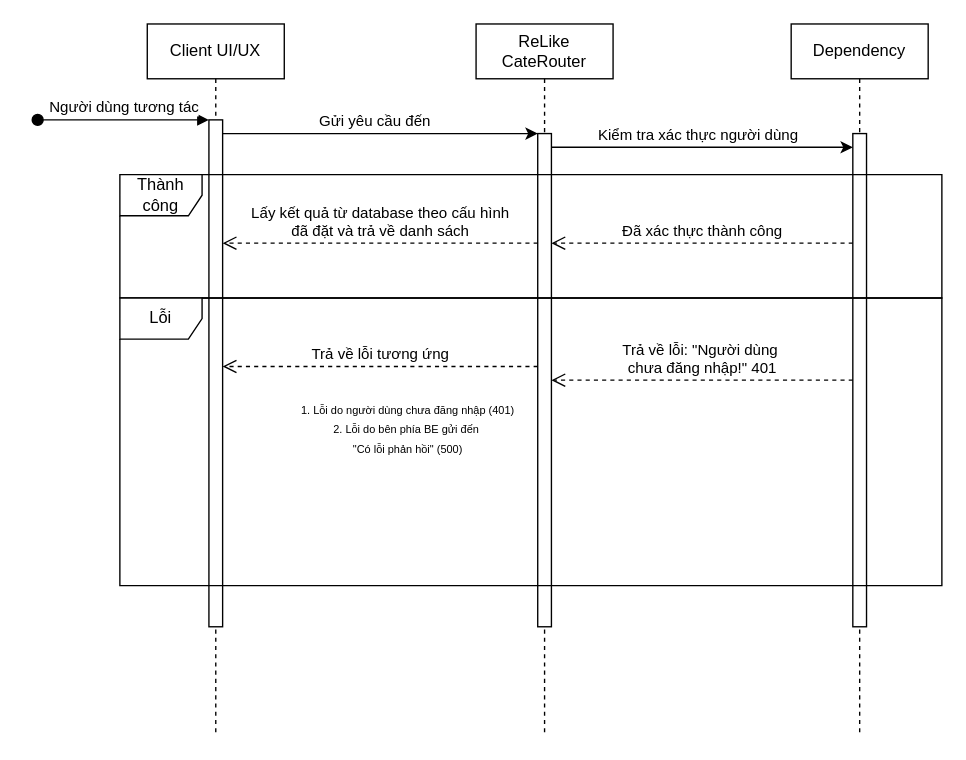
Above: Diagrams/sequence/Sơ đồ Sequence xử lý gợi ý sản phẩm theo loại.drawio in VennDev/EC-Recommend-System-Old (draw.io), before the change. Source tidied: cells renumbered, new cells numbered last; positions are measured from the earlier drawing's top-left corner, leaving out a move shared by most shapes. Both pictures are drawn from the tidied source at 137%, with x=0, y=0 at pixel (37, 23).
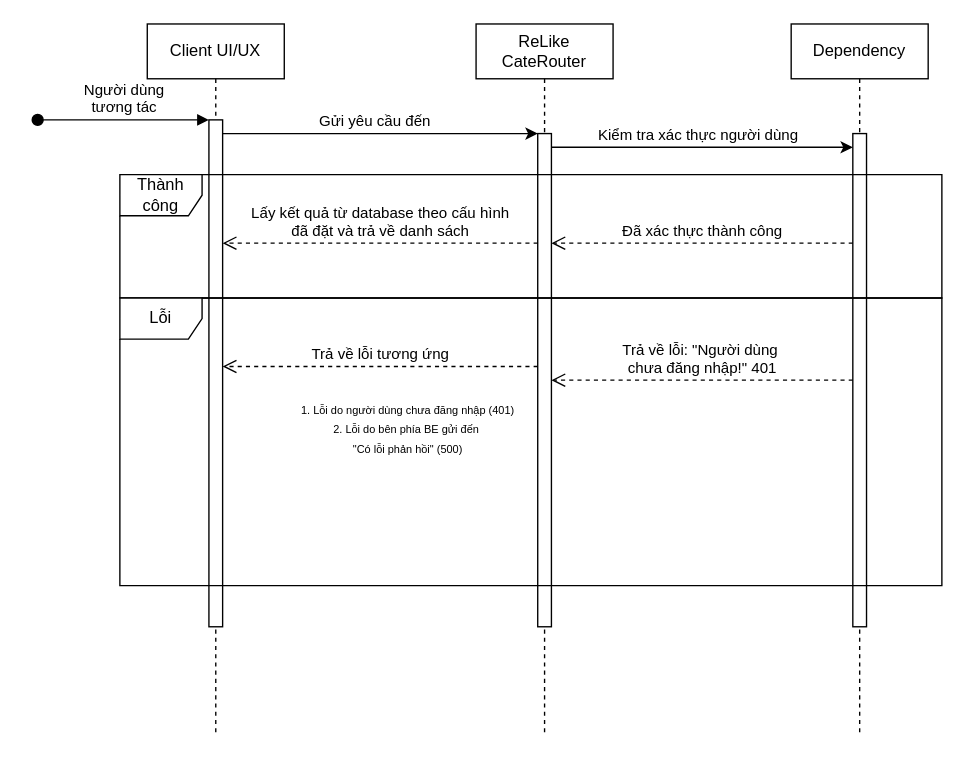
The same page after the edit.

Unchanged cells that the change refers to:
```xml
<mxCell id="2" value="Client UI/UX" style="shape=umlLifeline;perimeter=lifelinePerimeter;whiteSpace=wrap;html=1;newEdgeStyle={&quot;edgeStyle&quot;:&quot;elbowEdgeStyle&quot;,&quot;elbow&quot;:&quot;vertical&quot;,&quot;curved&quot;:0,&quot;rounded&quot;:0};" parent="1" vertex="1">
  <mxGeometry x="80" width="100" height="520" as="geometry" />
</mxCell>
<mxCell id="3" style="html=1;points=[];perimeter=orthogonalPerimeter;outlineConnect=0;targetShapes=umlLifeline;portConstraint=eastwest;newEdgeStyle={&quot;edgeStyle&quot;:&quot;elbowEdgeStyle&quot;,&quot;elbow&quot;:&quot;vertical&quot;,&quot;curved&quot;:0,&quot;rounded&quot;:0};" parent="2" vertex="1">
  <mxGeometry x="45" y="70" width="10" height="370" as="geometry" />
</mxCell>
```

The edit, as a diff of the source:
```diff
@@
-    <mxCell id="4" value="Người dùng tương tác" style="html=1;verticalAlign=bottom;startArrow=oval;endArrow=block;startSize=8;edgeStyle=elbowEdgeStyle;elbow=vertical;curved=0;rounded=0;" parent="2" edge="1" target="3">
+    <mxCell id="4" value="Người dùng &lt;br&gt;tương tác" style="html=1;verticalAlign=bottom;startArrow=oval;endArrow=block;startSize=8;edgeStyle=elbowEdgeStyle;elbow=vertical;curved=0;rounded=0;" parent="2" edge="1" target="3">
       <mxGeometry relative="1" as="geometry">
         <mxPoint x="-80" y="70" as="sourcePoint" />
         <Array as="points">
           <mxPoint x="-60" y="70" />
         </Array>
       </mxGeometry>
     </mxCell>
```
